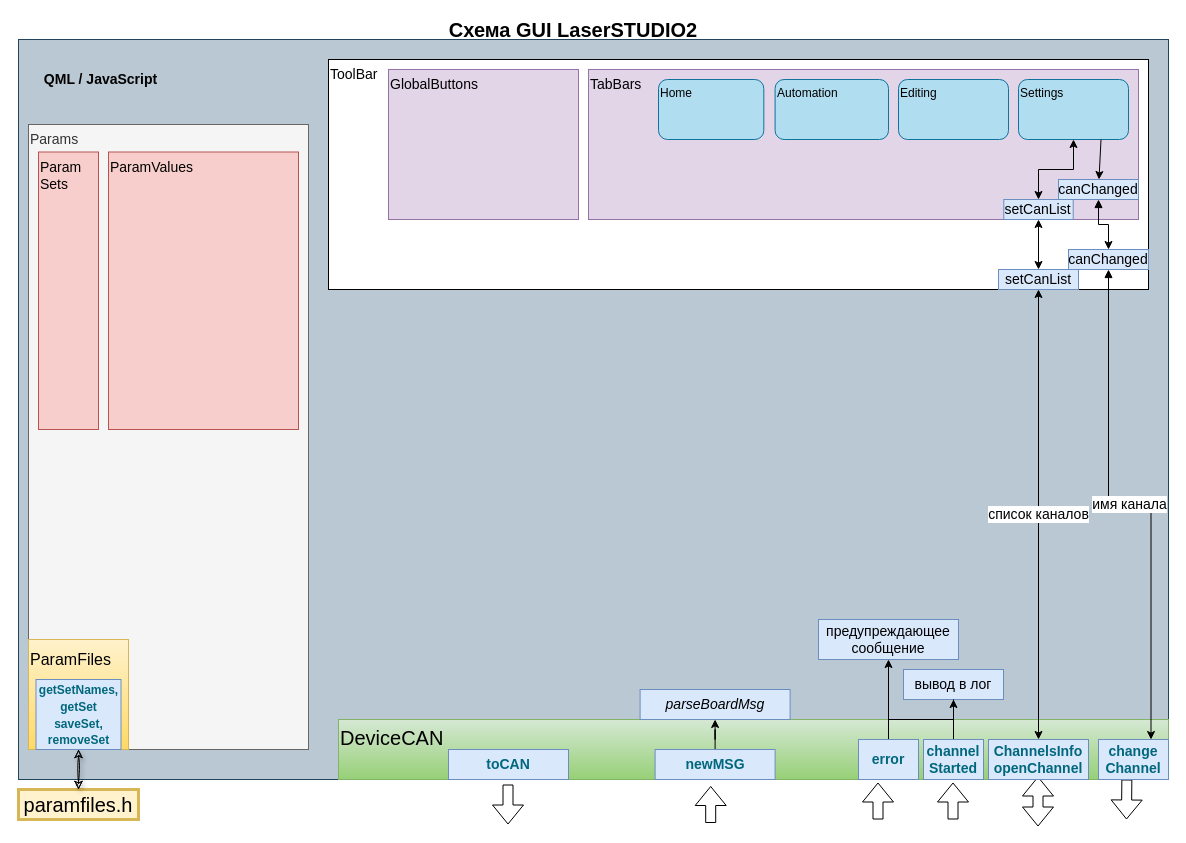
Earlier version of the draw.io diagram LaserSTUDIO2_GUI.drawio (ponBulat/dia). Source tidied: cells renumbered, new cells numbered last; positions are measured from the earlier drawing's top-left corner, leaving out a move shared by most shapes. Both pictures are drawn from the tidied source at 100%, with x=0, y=0 at pixel (18, 19).
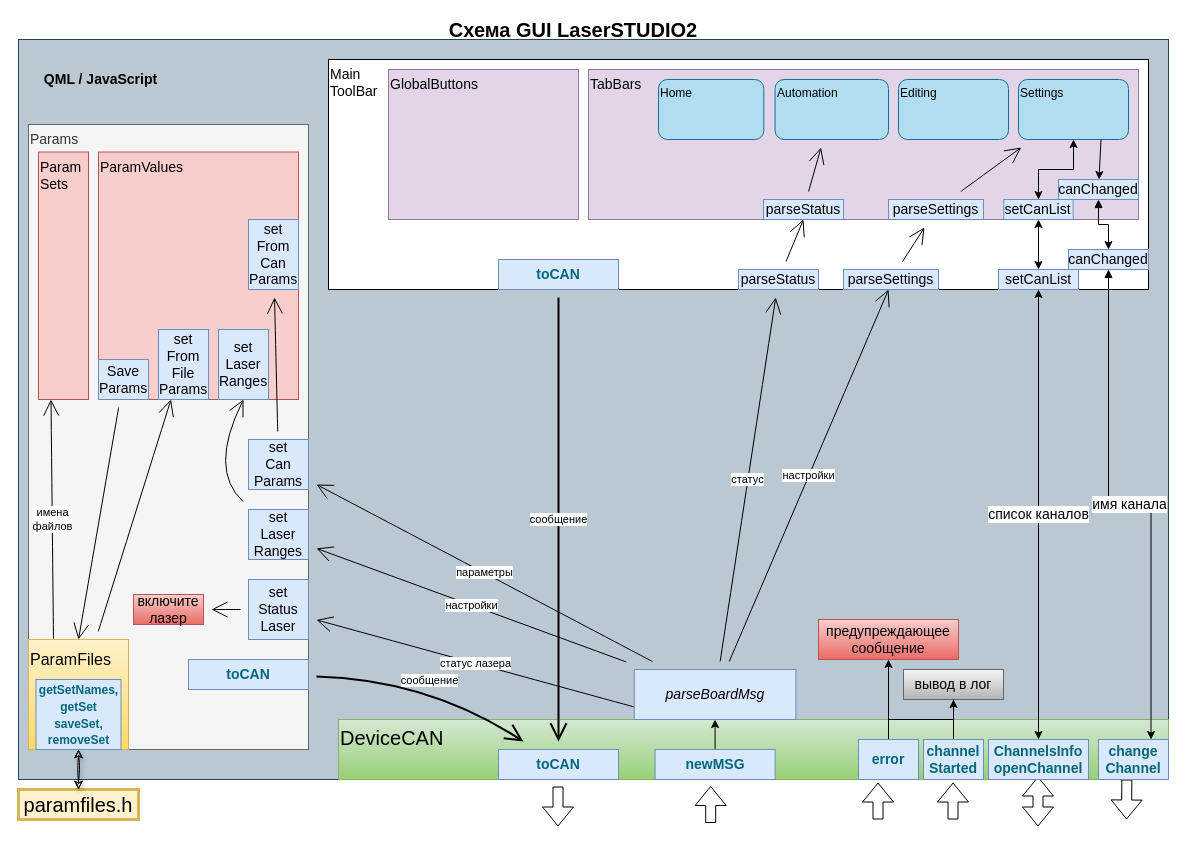
The same page after the edit.

Unchanged cells that the change refers to:
```xml
<mxCell id="16" value="&lt;font style=&quot;font-size: 16px&quot;&gt;ParamFiles&lt;/font&gt;" style="rounded=0;whiteSpace=wrap;html=1;fontSize=20;gradientColor=#ffd966;fillColor=#fff2cc;strokeColor=#d6b656;verticalAlign=top;align=left;" parent="1" vertex="1">
  <mxGeometry x="10" y="620" width="100" height="110" as="geometry" />
</mxCell>
<mxCell id="22" value="Automation" style="rounded=1;whiteSpace=wrap;html=1;fillColor=#b1ddf0;strokeColor=#10739e;align=left;verticalAlign=top;" parent="1" vertex="1">
  <mxGeometry x="756.6" y="60" width="113.4" height="60" as="geometry" />
</mxCell>
<mxCell id="23" value="Settings" style="rounded=1;whiteSpace=wrap;html=1;fillColor=#b1ddf0;strokeColor=#10739e;verticalAlign=top;align=left;" parent="1" vertex="1">
  <mxGeometry x="1000" y="60" width="110" height="60" as="geometry" />
</mxCell>
```

Change to the diagram source:
```diff
@@
     <mxCell id="8" value="&lt;span style=&quot;font-weight: 600 ; color: #00677c&quot;&gt;toCAN&lt;/span&gt;" style="rounded=0;whiteSpace=wrap;html=1;fontSize=14;fillColor=#dae8fc;strokeColor=#6c8ebf;" parent="1" vertex="1">
-      <mxGeometry x="430" y="730" width="120" height="30" as="geometry" />
+      <mxGeometry x="480" y="730" width="120" height="30" as="geometry" />
     </mxCell>
-    <mxCell id="9" value="ToolBar" style="rounded=0;whiteSpace=wrap;html=1;fontSize=14;horizontal=1;verticalAlign=top;align=left;" parent="1" vertex="1">
+    <mxCell id="9" value="Main&lt;br&gt;ToolBar" style="rounded=0;whiteSpace=wrap;html=1;fontSize=14;horizontal=1;verticalAlign=top;align=left;" parent="1" vertex="1">
       <mxGeometry x="310" y="40" width="820" height="230" as="geometry" />
     </mxCell>
@@
+    <mxCell id="49" value="параметры" style="edgeStyle=none;curved=1;rounded=0;jettySize=auto;html=1;endArrow=open;startSize=14;endSize=14;sourcePerimeterSpacing=8;targetPerimeterSpacing=8;" parent="1" edge="1" source="12" target="59">
+      <mxGeometry relative="1" as="geometry" />
+    </mxCell>
+    <mxCell id="50" value="статус" style="edgeStyle=none;curved=1;rounded=0;jettySize=auto;html=1;endArrow=open;startSize=14;endSize=14;sourcePerimeterSpacing=8;targetPerimeterSpacing=8;" parent="1" edge="1" source="12" target="63">
+      <mxGeometry relative="1" as="geometry" />
+    </mxCell>
+    <mxCell id="51" value="настройки" style="edgeStyle=none;curved=1;rounded=0;jettySize=auto;html=1;entryX=0.683;entryY=1;entryDx=0;entryDy=0;entryPerimeter=0;endArrow=open;startSize=14;endSize=14;sourcePerimeterSpacing=8;targetPerimeterSpacing=8;" parent="1" edge="1" source="12" target="9">
+      <mxGeometry relative="1" as="geometry" />
+    </mxCell>
+    <mxCell id="52" value="статус лазера" style="edgeStyle=none;curved=1;rounded=0;jettySize=auto;html=1;endArrow=open;startSize=14;endSize=14;sourcePerimeterSpacing=8;targetPerimeterSpacing=8;strokeWidth=1;exitX=0;exitY=0.75;exitDx=0;exitDy=0;" parent="1" edge="1" source="12" target="75">
+      <mxGeometry relative="1" as="geometry" />
+    </mxCell>
+    <mxCell id="53" value="настройки" style="edgeStyle=none;curved=1;rounded=0;jettySize=auto;html=1;endArrow=open;startSize=14;endSize=14;sourcePerimeterSpacing=8;targetPerimeterSpacing=8;strokeWidth=1;" parent="1" edge="1" source="12" target="78">
+      <mxGeometry relative="1" as="geometry" />
+    </mxCell>
     <mxCell id="12" value="&lt;span style=&quot;font-style: italic&quot;&gt;parseBoardMsg&lt;/span&gt;" style="rounded=0;whiteSpace=wrap;html=1;fontSize=14;fillColor=#dae8fc;strokeColor=#6c8ebf;" parent="1" vertex="1">
-      <mxGeometry x="621.6" y="670" width="150" height="30" as="geometry" />
+      <mxGeometry x="615.8" y="650" width="161.6" height="50" as="geometry" />
     </mxCell>
@@
     <mxCell id="14" value="Param&lt;br&gt;Sets" style="rounded=0;whiteSpace=wrap;html=1;fontSize=14;fillColor=#f8cecc;strokeColor=#b85450;align=left;verticalAlign=top;" parent="1" vertex="1">
-      <mxGeometry x="20" y="132.5" width="60" height="277.5" as="geometry" />
+      <mxGeometry x="20" y="132.5" width="50" height="247.5" as="geometry" />
     </mxCell>
     <mxCell id="15" value="ParamValues" style="rounded=0;whiteSpace=wrap;html=1;fontSize=14;fillColor=#f8cecc;strokeColor=#b85450;verticalAlign=top;align=left;" parent="1" vertex="1">
-      <mxGeometry x="90" y="132.5" width="190" height="277.5" as="geometry" />
+      <mxGeometry x="80" y="132.5" width="200" height="247.5" as="geometry" />
     </mxCell>
+    <mxCell id="54" value="имена&lt;br&gt;файлов" style="edgeStyle=none;curved=1;rounded=0;jettySize=auto;html=1;endArrow=open;startSize=14;endSize=14;sourcePerimeterSpacing=8;targetPerimeterSpacing=8;exitX=0.25;exitY=0;exitDx=0;exitDy=0;entryX=0.25;entryY=1;entryDx=0;entryDy=0;" parent="1" edge="1" source="16" target="14">
+      <mxGeometry relative="1" as="geometry" />
+    </mxCell>
+    <mxCell id="55" style="edgeStyle=none;curved=1;rounded=0;jettySize=auto;html=1;entryX=0.25;entryY=1;entryDx=0;entryDy=0;endArrow=open;startSize=14;endSize=14;sourcePerimeterSpacing=8;targetPerimeterSpacing=8;" parent="1" edge="1" source="16" target="60">
+      <mxGeometry relative="1" as="geometry" />
+    </mxCell>
@@
-    <mxCell id="40" value="вывод в лог" style="rounded=0;whiteSpace=wrap;html=1;fontSize=14;fillColor=#dae8fc;strokeColor=#6c8ebf;strokeWidth=1;" parent="1" vertex="1">
+    <mxCell id="40" value="вывод в лог" style="rounded=0;whiteSpace=wrap;html=1;fontSize=14;fillColor=#f5f5f5;strokeColor=#666666;strokeWidth=1;gradientColor=#b3b3b3;" parent="1" vertex="1">
       <mxGeometry x="885" y="650" width="100" height="30" as="geometry" />
     </mxCell>
@@
-    <mxCell id="45" value="предупреждающее&lt;br&gt;сообщение" style="rounded=0;whiteSpace=wrap;html=1;fontSize=14;fillColor=#dae8fc;strokeColor=#6c8ebf;strokeWidth=1;" parent="1" vertex="1">
+    <mxCell id="45" value="предупреждающее&lt;br&gt;сообщение" style="rounded=0;whiteSpace=wrap;html=1;fontSize=14;fillColor=#f8cecc;strokeColor=#b85450;strokeWidth=1;gradientColor=#ea6b66;" parent="1" vertex="1">
       <mxGeometry x="800" y="600" width="140" height="40" as="geometry" />
     </mxCell>
@@
     <mxCell id="48" style="shape=flexArrow;endArrow=classic;html=1;fontSize=10;" parent="1" edge="1">
       <mxGeometry relative="1" as="geometry">
-        <mxPoint x="489.5" y="765" as="sourcePoint" />
-        <mxPoint x="489.5" y="805" as="targetPoint" />
+        <mxPoint x="539.5" y="767" as="sourcePoint" />
+        <mxPoint x="539.5" y="807" as="targetPoint" />
       </mxGeometry>
     </mxCell>
+    <mxCell id="56" style="edgeStyle=none;curved=1;rounded=0;jettySize=auto;html=1;entryX=0.5;entryY=0;entryDx=0;entryDy=0;endArrow=open;startSize=14;endSize=14;sourcePerimeterSpacing=8;targetPerimeterSpacing=8;strokeWidth=1;" parent="1" edge="1" source="57" target="16">
+      <mxGeometry relative="1" as="geometry" />
+    </mxCell>
+    <mxCell id="57" value="Save&lt;br&gt;Params" style="text;html=1;strokeColor=#6c8ebf;fillColor=#dae8fc;align=center;verticalAlign=middle;whiteSpace=wrap;rounded=0;fontSize=14;" parent="1" vertex="1">
+      <mxGeometry x="80" y="340" width="50" height="40" as="geometry" />
+    </mxCell>
+    <mxCell id="58" style="edgeStyle=none;curved=1;rounded=0;jettySize=auto;html=1;endArrow=open;startSize=14;endSize=14;sourcePerimeterSpacing=8;targetPerimeterSpacing=8;" parent="1" edge="1" source="59" target="61">
+      <mxGeometry relative="1" as="geometry" />
+    </mxCell>
+    <mxCell id="59" value="set&lt;br&gt;Can&lt;br&gt;Params" style="text;html=1;strokeColor=#6c8ebf;fillColor=#dae8fc;align=center;verticalAlign=middle;whiteSpace=wrap;rounded=0;fontSize=14;" parent="1" vertex="1">
+      <mxGeometry x="230" y="420" width="60" height="50" as="geometry" />
+    </mxCell>
+    <mxCell id="60" value="set&lt;br&gt;From&lt;br&gt;File&lt;br&gt;Params" style="text;html=1;strokeColor=#6c8ebf;fillColor=#dae8fc;align=center;verticalAlign=middle;whiteSpace=wrap;rounded=0;fontSize=14;" parent="1" vertex="1">
+      <mxGeometry x="140" y="310" width="50" height="70" as="geometry" />
+    </mxCell>
+    <mxCell id="61" value="set&lt;br&gt;From&lt;br&gt;Can&lt;br&gt;Params" style="text;html=1;strokeColor=#6c8ebf;fillColor=#dae8fc;align=center;verticalAlign=middle;whiteSpace=wrap;rounded=0;fontSize=14;" parent="1" vertex="1">
+      <mxGeometry x="230" y="200" width="50" height="70" as="geometry" />
+    </mxCell>
+    <mxCell id="62" style="edgeStyle=none;curved=1;rounded=0;jettySize=auto;html=1;entryX=0.5;entryY=1;entryDx=0;entryDy=0;endArrow=open;startSize=14;endSize=14;sourcePerimeterSpacing=8;targetPerimeterSpacing=8;" parent="1" edge="1" source="63" target="65">
+      <mxGeometry relative="1" as="geometry" />
+    </mxCell>
+    <mxCell id="63" value="parseStatus" style="text;html=1;strokeColor=#6c8ebf;fillColor=#dae8fc;align=center;verticalAlign=middle;whiteSpace=wrap;rounded=0;fontSize=14;" parent="1" vertex="1">
+      <mxGeometry x="720" y="250" width="80" height="20" as="geometry" />
+    </mxCell>
+    <mxCell id="64" style="edgeStyle=none;curved=1;rounded=0;jettySize=auto;html=1;endArrow=open;startSize=14;endSize=14;sourcePerimeterSpacing=8;targetPerimeterSpacing=8;" parent="1" edge="1" source="65" target="22">
+      <mxGeometry relative="1" as="geometry" />
+    </mxCell>
+    <mxCell id="65" value="parseStatus" style="text;html=1;strokeColor=#6c8ebf;fillColor=#dae8fc;align=center;verticalAlign=middle;whiteSpace=wrap;rounded=0;fontSize=14;" parent="1" vertex="1">
+      <mxGeometry x="745" y="180" width="80" height="20" as="geometry" />
+    </mxCell>
+    <mxCell id="66" style="edgeStyle=none;curved=1;rounded=0;jettySize=auto;html=1;endArrow=open;startSize=14;endSize=14;sourcePerimeterSpacing=8;targetPerimeterSpacing=8;" parent="1" edge="1" source="67" target="69">
+      <mxGeometry relative="1" as="geometry" />
+    </mxCell>
+    <mxCell id="67" value="parseSettings" style="text;html=1;strokeColor=#6c8ebf;fillColor=#dae8fc;align=center;verticalAlign=middle;whiteSpace=wrap;rounded=0;fontSize=14;" parent="1" vertex="1">
+      <mxGeometry x="825" y="250" width="95" height="20" as="geometry" />
+    </mxCell>
+    <mxCell id="68" style="edgeStyle=none;curved=1;rounded=0;jettySize=auto;html=1;endArrow=open;startSize=14;endSize=14;sourcePerimeterSpacing=8;targetPerimeterSpacing=8;" parent="1" edge="1" source="69" target="23">
+      <mxGeometry relative="1" as="geometry" />
+    </mxCell>
+    <mxCell id="69" value="parseSettings" style="text;html=1;strokeColor=#6c8ebf;fillColor=#dae8fc;align=center;verticalAlign=middle;whiteSpace=wrap;rounded=0;fontSize=14;" parent="1" vertex="1">
+      <mxGeometry x="870" y="180" width="95" height="20" as="geometry" />
+    </mxCell>
+    <mxCell id="70" value="сообщение" style="edgeStyle=none;curved=1;rounded=0;jettySize=auto;html=1;endArrow=open;startSize=14;endSize=14;sourcePerimeterSpacing=8;targetPerimeterSpacing=8;strokeWidth=2;" parent="1" edge="1" source="71" target="8">
+      <mxGeometry relative="1" as="geometry">
+        <Array as="points">
+          <mxPoint x="410" y="660" />
+        </Array>
+      </mxGeometry>
+    </mxCell>
+    <mxCell id="71" value="&lt;span style=&quot;font-weight: 600 ; color: #00677c&quot;&gt;toCAN&lt;/span&gt;" style="rounded=0;whiteSpace=wrap;html=1;fontSize=14;fillColor=#dae8fc;strokeColor=#6c8ebf;" parent="1" vertex="1">
+      <mxGeometry x="170" y="640" width="120" height="30" as="geometry" />
+    </mxCell>
+    <mxCell id="72" value="сообщение" style="edgeStyle=none;curved=1;rounded=0;jettySize=auto;html=1;endArrow=open;startSize=14;endSize=14;sourcePerimeterSpacing=8;targetPerimeterSpacing=8;strokeWidth=2;" parent="1" edge="1" source="73" target="8">
+      <mxGeometry relative="1" as="geometry" />
+    </mxCell>
+    <mxCell id="73" value="&lt;span style=&quot;font-weight: 600 ; color: #00677c&quot;&gt;toCAN&lt;/span&gt;" style="rounded=0;whiteSpace=wrap;html=1;fontSize=14;fillColor=#dae8fc;strokeColor=#6c8ebf;" parent="1" vertex="1">
+      <mxGeometry x="480" y="240" width="120" height="30" as="geometry" />
+    </mxCell>
+    <mxCell id="74" style="edgeStyle=none;curved=1;rounded=0;jettySize=auto;html=1;endArrow=open;startSize=14;endSize=14;sourcePerimeterSpacing=8;targetPerimeterSpacing=8;strokeWidth=1;" parent="1" edge="1" source="75" target="76">
+      <mxGeometry relative="1" as="geometry" />
+    </mxCell>
+    <mxCell id="75" value="set&lt;br&gt;Status&lt;br&gt;Laser" style="text;html=1;strokeColor=#6c8ebf;fillColor=#dae8fc;align=center;verticalAlign=middle;whiteSpace=wrap;rounded=0;fontSize=14;" parent="1" vertex="1">
+      <mxGeometry x="230" y="560" width="60" height="60" as="geometry" />
+    </mxCell>
+    <mxCell id="76" value="включите лазер" style="rounded=0;whiteSpace=wrap;html=1;fontSize=14;fillColor=#f8cecc;strokeColor=#b85450;strokeWidth=1;gradientColor=#ea6b66;" parent="1" vertex="1">
+      <mxGeometry x="115" y="575" width="70" height="30" as="geometry" />
+    </mxCell>
+    <mxCell id="77" style="edgeStyle=none;curved=1;rounded=0;jettySize=auto;html=1;entryX=0.5;entryY=1;entryDx=0;entryDy=0;endArrow=open;startSize=14;endSize=14;sourcePerimeterSpacing=8;targetPerimeterSpacing=8;strokeWidth=1;" parent="1" edge="1" source="78" target="79">
+      <mxGeometry relative="1" as="geometry">
+        <Array as="points">
+          <mxPoint x="190" y="450" />
+        </Array>
+      </mxGeometry>
+    </mxCell>
+    <mxCell id="78" value="set&lt;br&gt;Laser&lt;br&gt;Ranges" style="text;html=1;strokeColor=#6c8ebf;fillColor=#dae8fc;align=center;verticalAlign=middle;whiteSpace=wrap;rounded=0;fontSize=14;" parent="1" vertex="1">
+      <mxGeometry x="230" y="490" width="60" height="50" as="geometry" />
+    </mxCell>
+    <mxCell id="79" value="set&lt;br&gt;Laser&lt;br&gt;Ranges" style="text;html=1;strokeColor=#6c8ebf;fillColor=#dae8fc;align=center;verticalAlign=middle;whiteSpace=wrap;rounded=0;fontSize=14;" parent="1" vertex="1">
+      <mxGeometry x="200" y="310" width="50" height="70" as="geometry" />
+    </mxCell>
```
